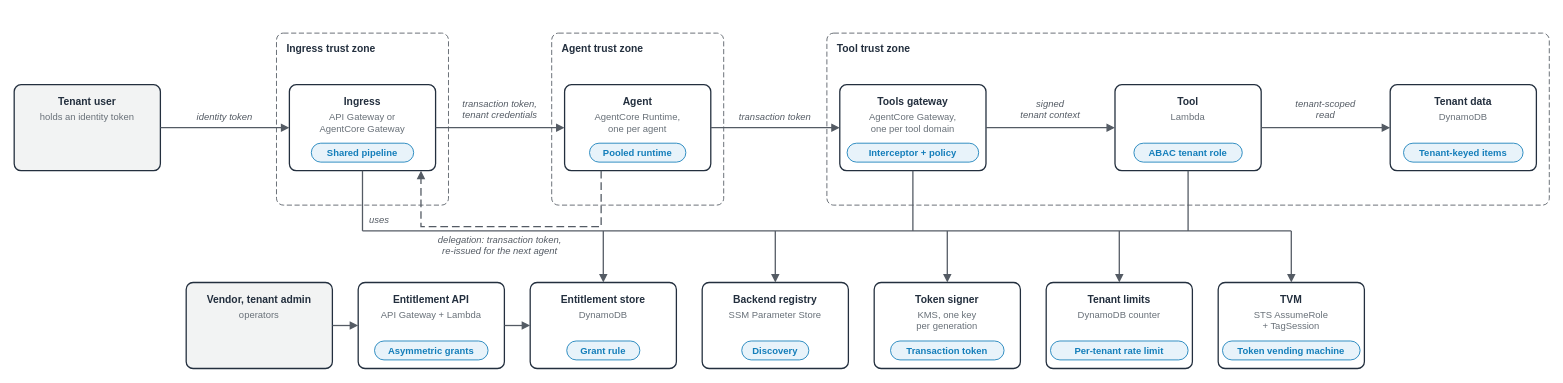
The draw.io diagram samples/agentic-runtime-isolation/diagrams/agentic-runtime-isolation.components.drawio in aws-samples/sample-agentic-ai-acceleration-patterns, before the edit. Source tidied: cells renumbered, new cells numbered last; positions are measured from the earlier drawing's top-left corner, leaving out a move shared by most shapes. Both pictures are drawn from the tidied source at 86%, with x=0, y=0 at pixel (14, 33).
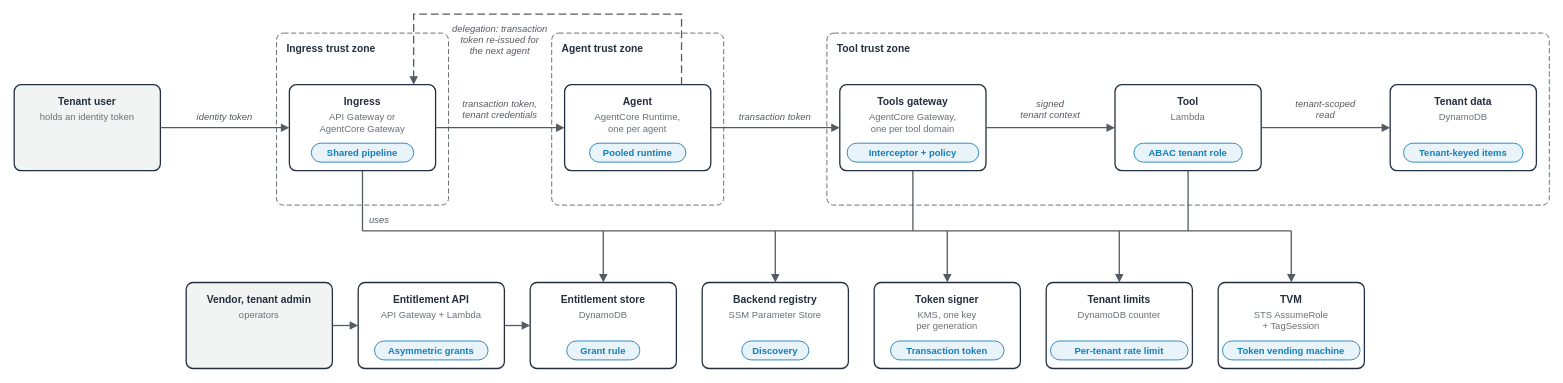
After the change.

Commit message (it also covers changes not shown here):
docs(agentic-runtime-isolation): re-export both diagrams with the delegation edge (headless draw.io); InvokeModel label moved clear

The change refers to these unchanged cells:
```xml
<mxCell id="8" style="rounded=1;arcSize=8;html=0;fillColor=#FFFFFF;strokeColor=#232F3E;strokeWidth=1.5;" parent="1" vertex="1">
  <mxGeometry x="320" y="60" width="170" height="100" as="geometry" />
</mxCell>
<mxCell id="12" style="rounded=1;arcSize=8;html=0;fillColor=#FFFFFF;strokeColor=#232F3E;strokeWidth=1.5;" parent="1" vertex="1">
  <mxGeometry x="640" y="60" width="170" height="100" as="geometry" />
</mxCell>
```

The edit, as a diff of the source:
```diff
@@
-    <mxCell id="77" style="edgeStyle=orthogonalEdgeStyle;rounded=0;html=0;strokeColor=#545B64;strokeWidth=1.5;dashed=1;dashPattern=6 3;endArrow=block;endFill=1;exitX=0.25;exitY=1;exitDx=0;exitDy=0;entryX=0.9;entryY=1;entryDx=0;entryDy=0;" parent="1" edge="1" source="12" target="8">
+    <mxCell id="77" style="edgeStyle=orthogonalEdgeStyle;rounded=0;html=0;strokeColor=#545B64;strokeWidth=1.5;dashed=1;dashPattern=6 3;endArrow=block;endFill=1;exitX=0.8;exitY=0;exitDx=0;exitDy=0;entryX=0.85;entryY=0;entryDx=0;entryDy=0;" parent="1" edge="1" source="12" target="8">
       <mxGeometry relative="1" as="geometry">
         <Array as="points">
-          <mxPoint x="682" y="225" />
-          <mxPoint x="473" y="225" />
+          <mxPoint x="776" y="-22" />
+          <mxPoint x="464.5" y="-22" />
         </Array>
       </mxGeometry>
     </mxCell>
-    <mxCell id="78" value="delegation: transaction token,&#10;re-issued for the next agent" style="text;html=0;align=center;verticalAlign=top;fontSize=11;fontStyle=2;fontColor=#545B64;spacing=0;spacingTop=0;" parent="1" vertex="1">
-      <mxGeometry x="480" y="229" width="170" height="31" as="geometry" />
+    <mxCell id="78" value="delegation: transaction&#10;token re-issued for&#10;the next agent" style="text;html=0;align=center;verticalAlign=top;fontSize=11;fontStyle=2;fontColor=#545B64;spacing=0;spacingTop=0;" parent="1" vertex="1">
+      <mxGeometry x="495" y="-16" width="140" height="31" as="geometry" />
     </mxCell>
```
